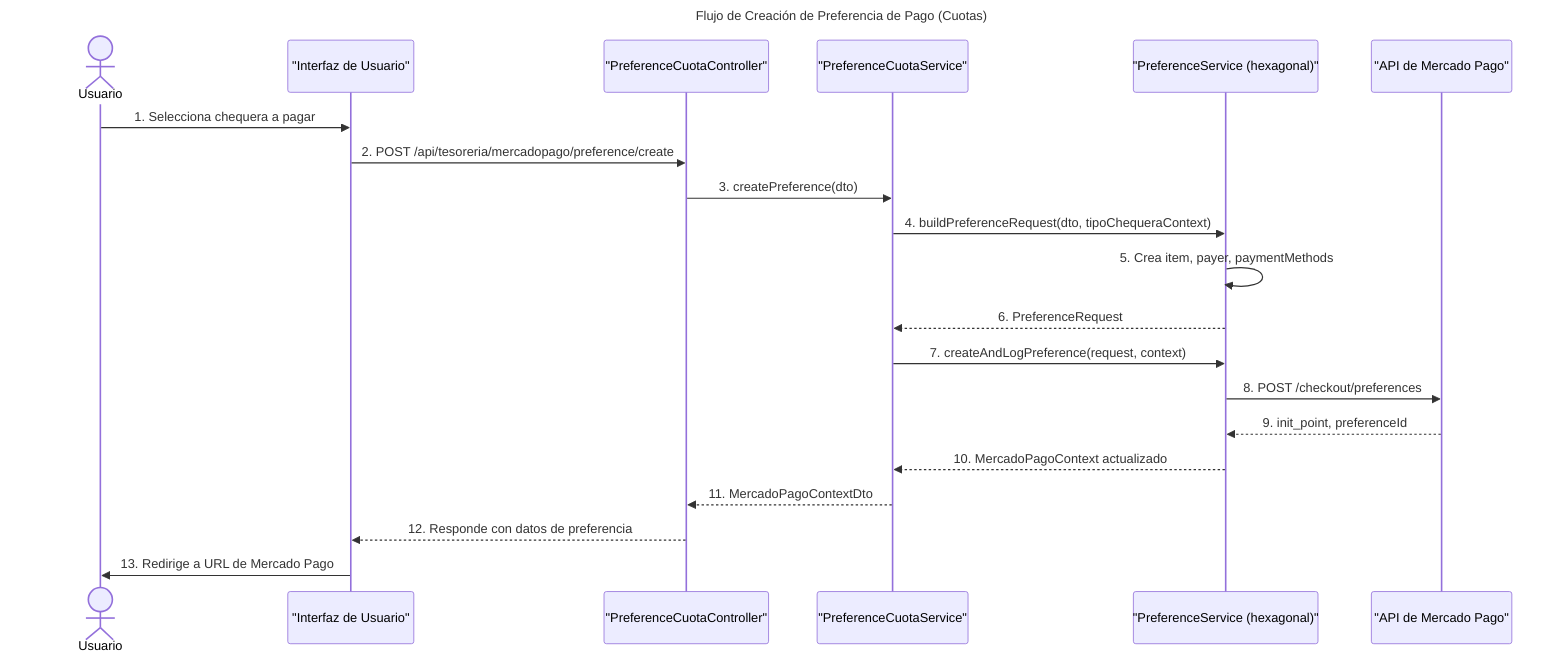
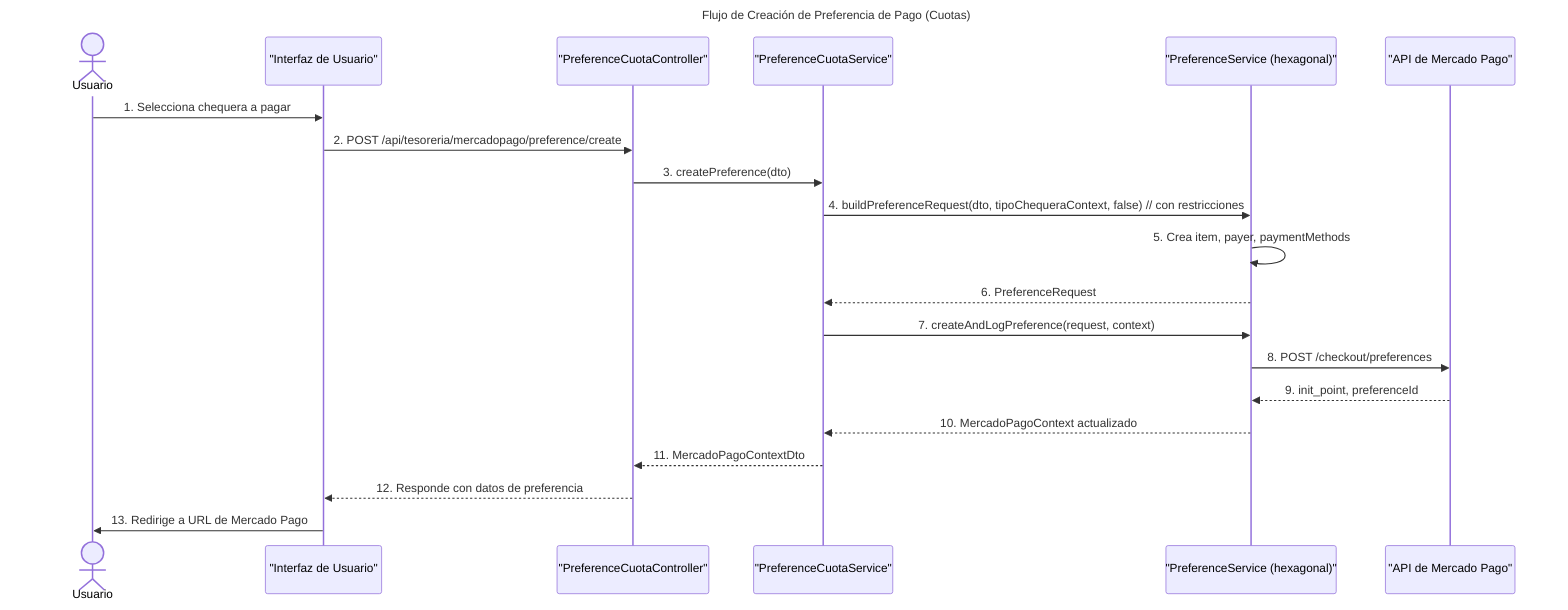
sequenceDiagram
    title Flujo de Creación de Preferencia de Pago (Cuotas)

    actor Usuario
    participant Frontend as "Interfaz de Usuario"
    participant CuotaController as "PreferenceCuotaController"
    participant CuotaService as "PreferenceCuotaService"
    participant PrefService as "PreferenceService (hexagonal)"
    participant MP_API as "API de Mercado Pago"

    Usuario->>Frontend: 1. Selecciona chequera a pagar
    Frontend->>CuotaController: 2. POST /api/tesoreria/mercadopago/preference/create
    CuotaController->>CuotaService: 3. createPreference(dto)

-     CuotaService->>PrefService: 4. buildPreferenceRequest(dto, tipoChequeraContext)
+     CuotaService->>PrefService: 4. buildPreferenceRequest(dto, tipoChequeraContext, false)  // con restricciones
    PrefService->>PrefService: 5. Crea item, payer, paymentMethods
    PrefService-->>CuotaService: 6. PreferenceRequest

    CuotaService->>PrefService: 7. createAndLogPreference(request, context)
    PrefService->>MP_API: 8. POST /checkout/preferences
    MP_API-->>PrefService: 9. init_point, preferenceId

    PrefService-->>CuotaService: 10. MercadoPagoContext actualizado
    CuotaService-->>CuotaController: 11. MercadoPagoContextDto
    CuotaController-->>Frontend: 12. Responde con datos de preferencia
    Frontend->>Usuario: 13. Redirige a URL de Mercado Pago
